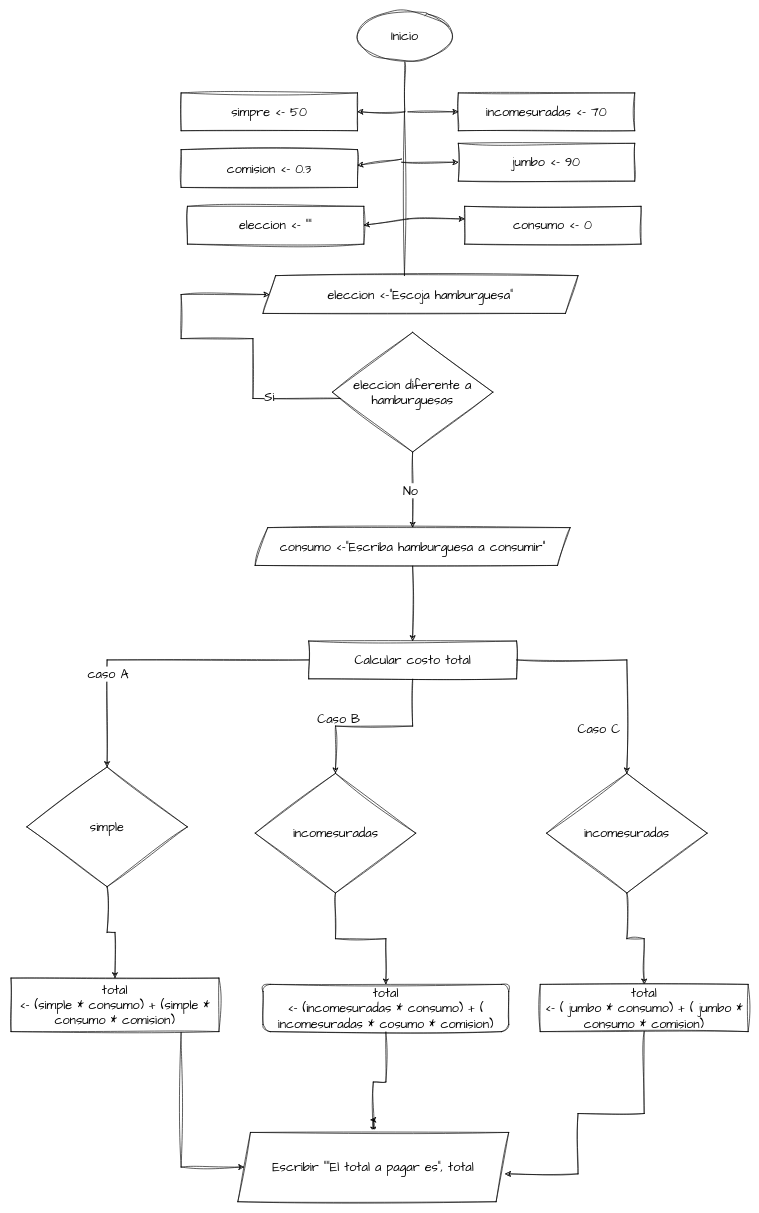
This is Reactive.drawio from DiegoCa009/git-testing, a draw.io file, before an edit. Source tidied: cells renumbered, new cells numbered last; positions are measured from the earlier drawing's top-left corner, leaving out a move shared by most shapes. Both pictures are drawn from the tidied source at 63%, with x=0, y=0 at pixel (11, 11).
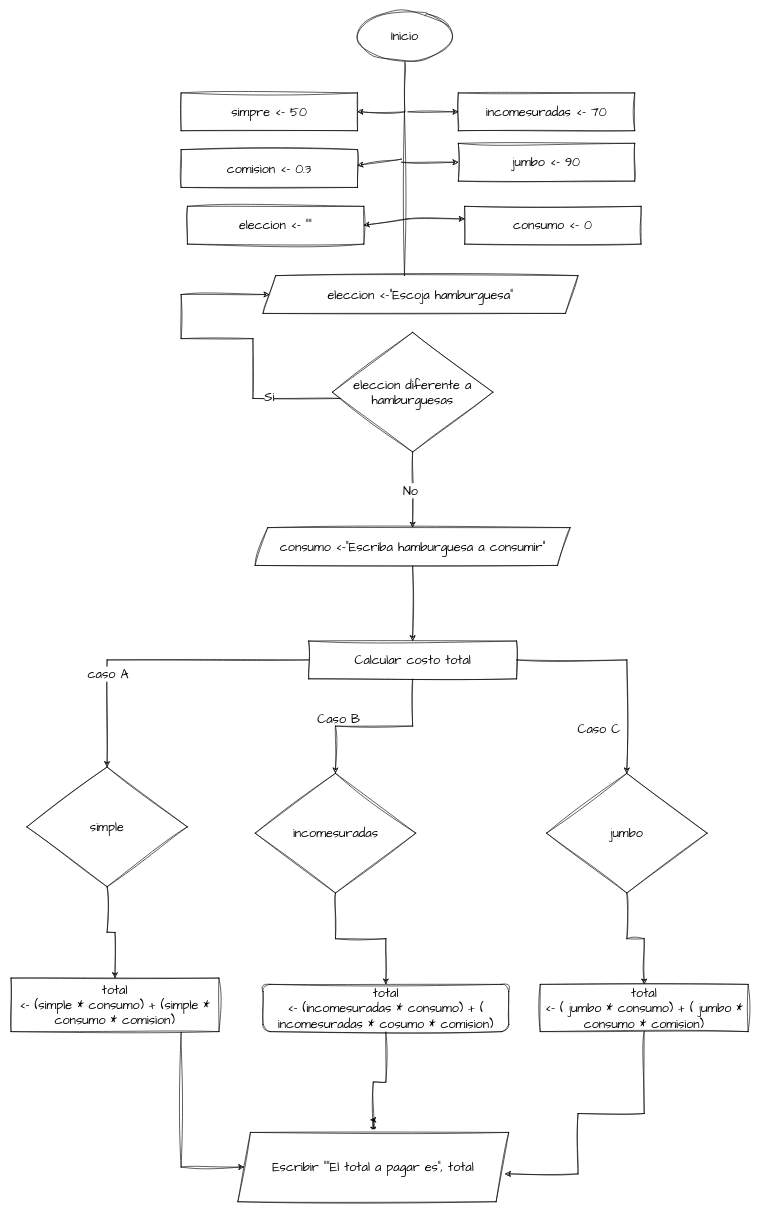
After the change.

What changed in the source:
```diff
@@
-    <mxCell id="35" value="incomesuradas" style="rhombus;whiteSpace=wrap;html=1;sketch=1;hachureGap=4;jiggle=2;curveFitting=1;fontFamily=Architects Daughter;fontSize=20;" parent="1" vertex="1">
+    <mxCell id="35" value="jumbo" style="rhombus;whiteSpace=wrap;html=1;sketch=1;hachureGap=4;jiggle=2;curveFitting=1;fontFamily=Architects Daughter;fontSize=20;" parent="1" vertex="1">
       <mxGeometry x="850" y="1210" width="255" height="190" as="geometry" />
     </mxCell>
```
